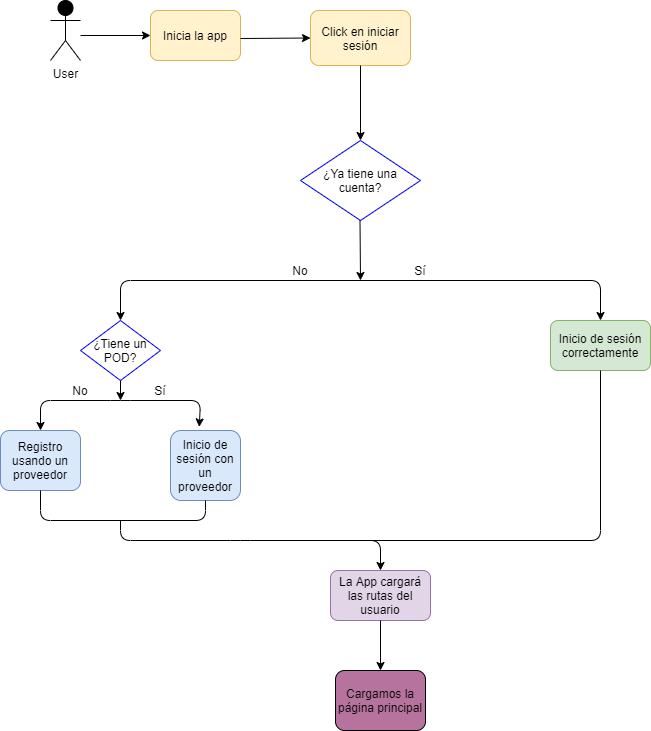
Earlier version of the draw.io export src/docs/images/inicioSesion.png (Arquisoft/viade_es5b). Source tidied: cells renumbered, new cells last; positions are measured from the earlier drawing's top-left corner, leaving out a move shared by most shapes.
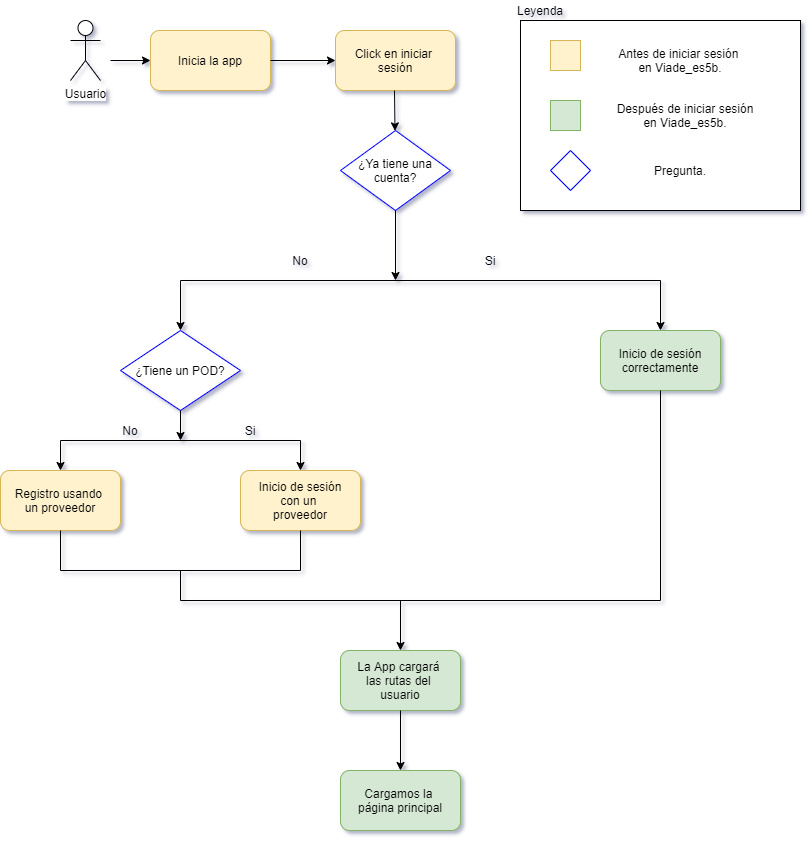
Later version of the same file.

Commit message:
Cambios en escenario 1

The edit, as a diff of the source:
```diff
@@ -2,122 +2,172 @@
   <root>
     <mxCell id="0" />
     <mxCell id="1" parent="0" />
-    <mxCell id="2" value="User" style="shape=umlActor;verticalLabelPosition=bottom;labelBackgroundColor=#ffffff;verticalAlign=top;html=1;fillColor=#000000;" parent="1" vertex="1">
-      <mxGeometry x="50" width="30" height="60" as="geometry" />
-    </mxCell>
+    <mxCell id="27" value="Usuario" style="shape=umlActor;verticalLabelPosition=bottom;labelBackgroundColor=#ffffff;verticalAlign=top;html=1;" parent="1" vertex="1">
+      <mxGeometry x="10" y="20" width="30" height="60" as="geometry" />
+    </mxCell>
+    <mxCell id="28" style="endArrow=classic;html=1;" parent="1" edge="1" target="3">
+      <mxGeometry relative="1" as="geometry">
+        <mxPoint x="50" y="60" as="sourcePoint" />
+      </mxGeometry>
+    </mxCell>
     <mxCell id="3" value="Inicia la app" style="rounded=1;whiteSpace=wrap;html=1;fillColor=#fff2cc;strokeColor=#d6b656;" parent="1" vertex="1">
-      <mxGeometry x="150" y="10" width="90" height="50" as="geometry" />
+      <mxGeometry x="90" y="30" width="120" height="60" as="geometry" />
     </mxCell>
+    <mxCell id="29" style="endArrow=classic;html=1;exitX=1;exitY=0.5;exitDx=0;exitDy=0;" parent="1" edge="1" source="3" target="4">
+      <mxGeometry relative="1" as="geometry" />
+    </mxCell>
-    <mxCell id="4" value="Click en iniciar sesión" style="rounded=1;whiteSpace=wrap;html=1;fillColor=#fff2cc;strokeColor=#d6b656;" parent="1" vertex="1">
-      <mxGeometry x="310" y="10" width="100" height="55" as="geometry" />
+    <mxCell id="4" value="Click en iniciar &lt;br&gt;sesión" style="rounded=1;whiteSpace=wrap;html=1;fillColor=#fff2cc;strokeColor=#d6b656;" parent="1" vertex="1">
+      <mxGeometry x="275" y="30" width="120" height="60" as="geometry" />
     </mxCell>
+    <mxCell id="30" style="endArrow=classic;html=1;" parent="1" edge="1" target="5">
+      <mxGeometry relative="1" as="geometry">
+        <mxPoint x="334" y="90" as="sourcePoint" />
+      </mxGeometry>
+    </mxCell>
     <mxCell id="5" value="¿Ya tiene una cuenta?" style="rhombus;whiteSpace=wrap;html=1;strokeColor=#0000FF;" parent="1" vertex="1">
-      <mxGeometry x="300" y="140" width="120" height="80" as="geometry" />
+      <mxGeometry x="280" y="130" width="110" height="80" as="geometry" />
     </mxCell>
-    <mxCell id="6" style="endArrow=classic;html=1;" parent="1" edge="1">
-      <mxGeometry relative="1" as="geometry">
-        <mxPoint x="359.5" y="220" as="sourcePoint" />
-        <mxPoint x="360" y="280" as="targetPoint" />
-      </mxGeometry>
-    </mxCell>
+    <mxCell id="31" style="endArrow=classic;html=1;exitX=0.5;exitY=1;exitDx=0;exitDy=0;" parent="1" edge="1" source="5">
+      <mxGeometry relative="1" as="geometry">
+        <mxPoint x="335" y="280" as="targetPoint" />
+      </mxGeometry>
+    </mxCell>
+    <mxCell id="32" style="endArrow=none;html=1;" parent="1" edge="1">
+      <mxGeometry relative="1" as="geometry">
+        <mxPoint x="120" y="280" as="sourcePoint" />
+        <mxPoint x="600" y="280" as="targetPoint" />
+      </mxGeometry>
+    </mxCell>
+    <mxCell id="33" style="endArrow=classic;html=1;" parent="1" edge="1">
+      <mxGeometry relative="1" as="geometry">
+        <mxPoint x="120" y="280" as="sourcePoint" />
+        <mxPoint x="120" y="330" as="targetPoint" />
+      </mxGeometry>
+    </mxCell>
+    <mxCell id="34" style="endArrow=classic;html=1;" parent="1" edge="1">
+      <mxGeometry relative="1" as="geometry">
+        <mxPoint x="600" y="280" as="sourcePoint" />
+        <mxPoint x="600" y="330" as="targetPoint" />
+      </mxGeometry>
+    </mxCell>
+    <mxCell id="9" value="¿Tiene un POD?" style="rhombus;whiteSpace=wrap;html=1;strokeColor=#0000FF;" parent="1" vertex="1">
+      <mxGeometry x="60" y="330" width="120" height="80" as="geometry" />
+    </mxCell>
+    <mxCell id="20" value="Inicio de sesión&lt;br&gt;correctamente" style="rounded=1;whiteSpace=wrap;html=1;fillColor=#d5e8d4;strokeColor=#82b366;" parent="1" vertex="1">
+      <mxGeometry x="540" y="330" width="120" height="60" as="geometry" />
+    </mxCell>
+    <mxCell id="35" style="endArrow=classic;html=1;exitX=0.5;exitY=1;exitDx=0;exitDy=0;" parent="1" edge="1" source="9">
+      <mxGeometry relative="1" as="geometry">
+        <mxPoint x="120" y="440" as="targetPoint" />
+      </mxGeometry>
+    </mxCell>
+    <mxCell id="36" style="endArrow=none;html=1;" parent="1" edge="1">
+      <mxGeometry relative="1" as="geometry">
+        <mxPoint y="440" as="sourcePoint" />
+        <mxPoint x="240" y="440" as="targetPoint" />
+      </mxGeometry>
+    </mxCell>
+    <mxCell id="37" style="endArrow=classic;html=1;" parent="1" edge="1" target="10">
+      <mxGeometry relative="1" as="geometry">
+        <mxPoint y="440" as="sourcePoint" />
+      </mxGeometry>
+    </mxCell>
+    <mxCell id="10" value="Registro usando&amp;nbsp;&lt;br&gt;un proveedor" style="rounded=1;whiteSpace=wrap;html=1;fillColor=#fff2cc;strokeColor=#d6b656;" parent="1" vertex="1">
+      <mxGeometry x="-60" y="470" width="120" height="60" as="geometry" />
+    </mxCell>
+    <mxCell id="38" style="endArrow=classic;html=1;" parent="1" edge="1" target="11">
+      <mxGeometry relative="1" as="geometry">
+        <mxPoint x="240" y="440" as="sourcePoint" />
+      </mxGeometry>
+    </mxCell>
+    <mxCell id="11" value="Inicio de sesión&lt;br&gt;con un&amp;nbsp;&lt;br&gt;proveedor" style="rounded=1;whiteSpace=wrap;html=1;fillColor=#fff2cc;strokeColor=#d6b656;" parent="1" vertex="1">
+      <mxGeometry x="180" y="470" width="120" height="60" as="geometry" />
+    </mxCell>
+    <mxCell id="39" style="endArrow=none;html=1;exitX=0.5;exitY=1;exitDx=0;exitDy=0;" parent="1" edge="1" source="11">
+      <mxGeometry relative="1" as="geometry">
+        <mxPoint x="240" y="570" as="targetPoint" />
+      </mxGeometry>
+    </mxCell>
+    <mxCell id="40" style="endArrow=none;html=1;exitX=0.5;exitY=1;exitDx=0;exitDy=0;" parent="1" edge="1" source="10">
+      <mxGeometry relative="1" as="geometry">
+        <mxPoint y="570" as="targetPoint" />
+      </mxGeometry>
+    </mxCell>
+    <mxCell id="41" style="endArrow=none;html=1;" parent="1" edge="1">
+      <mxGeometry relative="1" as="geometry">
+        <mxPoint y="570" as="sourcePoint" />
+        <mxPoint x="240" y="570" as="targetPoint" />
+      </mxGeometry>
+    </mxCell>
+    <mxCell id="42" style="endArrow=none;html=1;" parent="1" edge="1">
+      <mxGeometry relative="1" as="geometry">
+        <mxPoint x="120" y="570" as="sourcePoint" />
+        <mxPoint x="120" y="600" as="targetPoint" />
+      </mxGeometry>
+    </mxCell>
+    <mxCell id="43" style="endArrow=none;html=1;entryX=0.5;entryY=1;entryDx=0;entryDy=0;" parent="1" edge="1" target="20">
+      <mxGeometry relative="1" as="geometry">
+        <mxPoint x="600" y="600" as="sourcePoint" />
+      </mxGeometry>
+    </mxCell>
+    <mxCell id="44" style="endArrow=none;html=1;" parent="1" edge="1">
+      <mxGeometry relative="1" as="geometry">
+        <mxPoint x="120" y="600" as="sourcePoint" />
+        <mxPoint x="600" y="600" as="targetPoint" />
+      </mxGeometry>
+    </mxCell>
-    <mxCell id="7" value="La App cargará las rutas del usuario" style="rounded=1;whiteSpace=wrap;html=1;fillColor=#e1d5e7;strokeColor=#9673a6;" parent="1" vertex="1">
-      <mxGeometry x="330" y="570" width="100" height="50" as="geometry" />
+    <mxCell id="7" value="La App cargará&amp;nbsp;&lt;br&gt;las rutas del&amp;nbsp;&lt;br&gt;usuario" style="rounded=1;whiteSpace=wrap;html=1;fillColor=#d5e8d4;strokeColor=#82b366;" parent="1" vertex="1">
+      <mxGeometry x="280" y="650" width="120" height="60" as="geometry" />
     </mxCell>
-    <mxCell id="8" style="endArrow=classic;startArrow=classic;html=1;" parent="1" edge="1">
-      <mxGeometry relative="1" as="geometry">
-        <mxPoint x="120" y="320" as="sourcePoint" />
-        <mxPoint x="600" y="320" as="targetPoint" />
-        <Array as="points">
-          <mxPoint x="120" y="280" />
-          <mxPoint x="600" y="280" />
-        </Array>
-      </mxGeometry>
-    </mxCell>
-    <mxCell id="9" value="¿Tiene un POD?" style="rhombus;whiteSpace=wrap;html=1;strokeColor=#0000FF;" parent="1" vertex="1">
-      <mxGeometry x="80" y="320" width="80" height="60" as="geometry" />
-    </mxCell>
-    <mxCell id="10" value="Registro usando un proveedor" style="rounded=1;whiteSpace=wrap;html=1;fillColor=#dae8fc;strokeColor=#6c8ebf;" parent="1" vertex="1">
-      <mxGeometry y="430" width="80" height="60" as="geometry" />
-    </mxCell>
-    <mxCell id="11" value="Inicio de sesión con un proveedor" style="rounded=1;whiteSpace=wrap;html=1;fillColor=#dae8fc;strokeColor=#6c8ebf;" parent="1" vertex="1">
-      <mxGeometry x="170" y="430" width="70" height="70" as="geometry" />
-    </mxCell>
-    <mxCell id="12" value="No" style="text;html=1;strokeColor=none;fillColor=none;align=center;verticalAlign=middle;whiteSpace=wrap;rounded=0;" parent="1" vertex="1">
-      <mxGeometry x="280" y="260" width="40" height="20" as="geometry" />
-    </mxCell>
-    <mxCell id="13" value="Sí" style="text;html=1;strokeColor=none;fillColor=none;align=center;verticalAlign=middle;whiteSpace=wrap;rounded=0;" parent="1" vertex="1">
-      <mxGeometry x="400" y="260" width="40" height="20" as="geometry" />
-    </mxCell>
-    <mxCell id="14" style="endArrow=classic;html=1;exitX=0.5;exitY=1;exitDx=0;exitDy=0;" parent="1" edge="1" source="9">
-      <mxGeometry relative="1" as="geometry">
-        <mxPoint x="120" y="400" as="targetPoint" />
-      </mxGeometry>
-    </mxCell>
-    <mxCell id="15" style="endArrow=classic;startArrow=classic;html=1;exitX=0.5;exitY=0;exitDx=0;exitDy=0;entryX=0.411;entryY=-0.051;entryDx=0;entryDy=0;entryPerimeter=0;" parent="1" edge="1" source="10" target="11">
-      <mxGeometry relative="1" as="geometry">
-        <Array as="points">
-          <mxPoint x="40" y="400" />
-          <mxPoint x="120" y="400" />
-          <mxPoint x="200" y="400" />
-        </Array>
-      </mxGeometry>
-    </mxCell>
-    <mxCell id="16" value="Sí" style="text;html=1;strokeColor=none;fillColor=none;align=center;verticalAlign=middle;whiteSpace=wrap;rounded=0;" parent="1" vertex="1">
-      <mxGeometry x="140" y="380" width="40" height="20" as="geometry" />
-    </mxCell>
-    <mxCell id="17" value="No" style="text;html=1;strokeColor=none;fillColor=none;align=center;verticalAlign=middle;whiteSpace=wrap;rounded=0;" parent="1" vertex="1">
-      <mxGeometry x="60" y="380" width="40" height="20" as="geometry" />
-    </mxCell>
-    <mxCell id="18" style="endArrow=none;html=1;exitX=0.5;exitY=1;exitDx=0;exitDy=0;entryX=0.5;entryY=1;entryDx=0;entryDy=0;entryPerimeter=0;" parent="1" edge="1" source="10" target="11">
-      <mxGeometry relative="1" as="geometry">
-        <Array as="points">
-          <mxPoint x="40" y="520" />
-          <mxPoint x="205" y="520" />
-        </Array>
-      </mxGeometry>
-    </mxCell>
-    <mxCell id="19" style="endArrow=classic;html=1;entryX=0.5;entryY=0;entryDx=0;entryDy=0;" parent="1" edge="1" target="7">
-      <mxGeometry relative="1" as="geometry">
-        <mxPoint x="120" y="520" as="sourcePoint" />
-        <Array as="points">
-          <mxPoint x="120" y="540" />
-          <mxPoint x="240" y="540" />
-          <mxPoint x="380" y="540" />
-        </Array>
-      </mxGeometry>
-    </mxCell>
-    <mxCell id="20" value="Inicio de sesión correctamente" style="rounded=1;whiteSpace=wrap;html=1;fillColor=#d5e8d4;strokeColor=#82b366;" parent="1" vertex="1">
-      <mxGeometry x="550" y="320" width="100" height="50" as="geometry" />
-    </mxCell>
-    <mxCell id="21" style="endArrow=none;html=1;entryX=0.5;entryY=1;entryDx=0;entryDy=0;" parent="1" edge="1" target="20">
-      <mxGeometry relative="1" as="geometry">
-        <mxPoint x="360" y="540" as="sourcePoint" />
-        <Array as="points">
-          <mxPoint x="600" y="540" />
-        </Array>
-      </mxGeometry>
-    </mxCell>
+    <mxCell id="45" style="endArrow=classic;html=1;" parent="1" edge="1">
+      <mxGeometry relative="1" as="geometry">
+        <mxPoint x="340" y="600" as="sourcePoint" />
+        <mxPoint x="340" y="650" as="targetPoint" />
+      </mxGeometry>
+    </mxCell>
+    <mxCell id="46" style="endArrow=classic;html=1;exitX=0.5;exitY=1;exitDx=0;exitDy=0;" parent="1" edge="1" source="7">
+      <mxGeometry relative="1" as="geometry">
+        <mxPoint x="340" y="770" as="targetPoint" />
+      </mxGeometry>
+    </mxCell>
-    <mxCell id="22" value="Cargamos la página principal" style="rounded=1;whiteSpace=wrap;html=1;fillColor=#B5739D;" parent="1" vertex="1">
-      <mxGeometry x="335" y="670" width="90" height="60" as="geometry" />
+    <mxCell id="22" value="Cargamos la&amp;nbsp;&lt;br&gt;página principal" style="rounded=1;whiteSpace=wrap;html=1;fillColor=#d5e8d4;strokeColor=#82b366;" parent="1" vertex="1">
+      <mxGeometry x="280" y="770" width="120" height="60" as="geometry" />
     </mxCell>
-    <mxCell id="23" style="endArrow=classic;html=1;entryX=0.5;entryY=0;entryDx=0;entryDy=0;exitX=0.5;exitY=1;exitDx=0;exitDy=0;" parent="1" edge="1" source="7" target="22">
-      <mxGeometry relative="1" as="geometry" />
-    </mxCell>
-    <mxCell id="24" style="endArrow=classic;html=1;" parent="1" edge="1">
-      <mxGeometry relative="1" as="geometry">
-        <mxPoint x="360" y="65" as="sourcePoint" />
-        <mxPoint x="360" y="140" as="targetPoint" />
-      </mxGeometry>
-    </mxCell>
-    <mxCell id="25" style="endArrow=classic;html=1;entryX=0;entryY=0.5;entryDx=0;entryDy=0;" parent="1" edge="1" target="4">
-      <mxGeometry relative="1" as="geometry">
-        <mxPoint x="240" y="38" as="sourcePoint" />
-      </mxGeometry>
-    </mxCell>
-    <mxCell id="26" style="endArrow=classic;html=1;entryX=0;entryY=0.5;entryDx=0;entryDy=0;" parent="1" edge="1" target="3">
-      <mxGeometry relative="1" as="geometry">
-        <mxPoint x="80" y="35" as="sourcePoint" />
-      </mxGeometry>
-    </mxCell>
+    <mxCell id="47" value="No" style="text;html=1;strokeColor=none;fillColor=none;align=center;verticalAlign=middle;whiteSpace=wrap;rounded=0;" parent="1" vertex="1">
+      <mxGeometry x="220" y="250" width="40" height="20" as="geometry" />
+    </mxCell>
+    <mxCell id="48" value="Si" style="text;html=1;strokeColor=none;fillColor=none;align=center;verticalAlign=middle;whiteSpace=wrap;rounded=0;" parent="1" vertex="1">
+      <mxGeometry x="410" y="250" width="40" height="20" as="geometry" />
+    </mxCell>
+    <mxCell id="49" value="No" style="text;html=1;strokeColor=none;fillColor=none;align=center;verticalAlign=middle;whiteSpace=wrap;rounded=0;" parent="1" vertex="1">
+      <mxGeometry x="50" y="420" width="40" height="20" as="geometry" />
+    </mxCell>
+    <mxCell id="50" value="Si" style="text;html=1;strokeColor=none;fillColor=none;align=center;verticalAlign=middle;whiteSpace=wrap;rounded=0;" parent="1" vertex="1">
+      <mxGeometry x="170" y="420" width="40" height="20" as="geometry" />
+    </mxCell>
+    <mxCell id="51" style="rounded=0;whiteSpace=wrap;html=1;" parent="1" vertex="1">
+      <mxGeometry x="460" y="20" width="280" height="190" as="geometry" />
+    </mxCell>
+    <mxCell id="52" style="rounded=0;whiteSpace=wrap;html=1;strokeColor=#d6b656;fillColor=#fff2cc;" parent="1" vertex="1">
+      <mxGeometry x="490" y="40" width="30" height="30" as="geometry" />
+    </mxCell>
+    <mxCell id="53" value="Antes de iniciar sesión &lt;br&gt;en Viade_es5b." style="text;html=1;strokeColor=none;fillColor=none;align=center;verticalAlign=middle;whiteSpace=wrap;rounded=0;" parent="1" vertex="1">
+      <mxGeometry x="510" y="50" width="220" height="20" as="geometry" />
+    </mxCell>
+    <mxCell id="54" style="rounded=0;whiteSpace=wrap;html=1;strokeColor=#82b366;fillColor=#d5e8d4;" parent="1" vertex="1">
+      <mxGeometry x="490" y="100" width="30" height="30" as="geometry" />
+    </mxCell>
+    <mxCell id="55" value="Después de iniciar sesión&lt;br&gt;en Viade_es5b." style="text;html=1;strokeColor=none;fillColor=none;align=center;verticalAlign=middle;whiteSpace=wrap;rounded=0;" parent="1" vertex="1">
+      <mxGeometry x="550" y="105" width="150" height="20" as="geometry" />
+    </mxCell>
+    <mxCell id="56" style="rhombus;whiteSpace=wrap;html=1;strokeColor=#0000FF;" parent="1" vertex="1">
+      <mxGeometry x="490" y="150" width="40" height="40" as="geometry" />
+    </mxCell>
+    <mxCell id="57" value="Pregunta." style="text;html=1;strokeColor=none;fillColor=none;align=center;verticalAlign=middle;whiteSpace=wrap;rounded=0;" parent="1" vertex="1">
+      <mxGeometry x="585" y="160" width="70" height="20" as="geometry" />
+    </mxCell>
+    <mxCell id="58" value="Leyenda" style="text;html=1;strokeColor=none;fillColor=none;align=center;verticalAlign=middle;whiteSpace=wrap;rounded=0;" parent="1" vertex="1">
+      <mxGeometry x="460" width="40" height="20" as="geometry" />
+    </mxCell>
   </root>
 </mxGraphModel>
```
